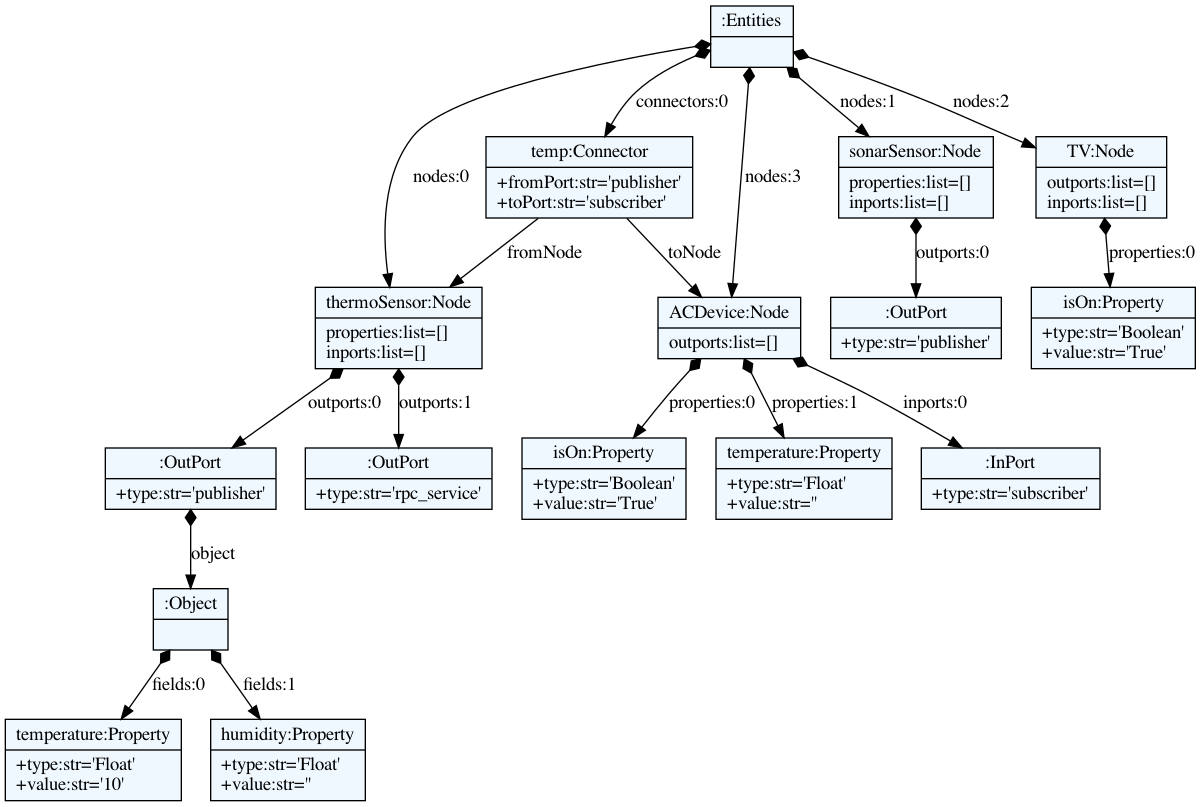
This is nodem/models/nodes.dot.png from xanthoko/meco, a Graphviz export, as it was before one commit. Its source is kept beside it as nodem/models/nodes.dot. Its diagram source:
```dot
    digraph textX {
    fontname = "Bitstream Vera Sans"
    fontsize = 8
    node[
        shape=record,
        style=filled,
        fillcolor=aliceblue
    ]
    nodesep = 0.3
    edge[dir=black,arrowtail=empty]


4447743568 -> 4447852624 [label="nodes:0" arrowtail=diamond dir=both]
4447852624 -> 4447854304 [label="outports:0" arrowtail=diamond dir=both]
4447854304 -> 4447969136 [label="object" arrowtail=diamond dir=both]
4447969136 -> 4447968944 [label="fields:0" arrowtail=diamond dir=both]
4447968944[label="{temperature:Property|+type:str='Float'\l+value:str='10'\l}"]
4447969136 -> 4447969040 [label="fields:1" arrowtail=diamond dir=both]
4447969040[label="{humidity:Property|+type:str='Float'\l+value:str=''\l}"]
4447969136[label="{:Object|}"]
4447854304[label="{:OutPort|+type:str='publisher'\l}"]
4447852624 -> 4447968080 [label="outports:1" arrowtail=diamond dir=both]
4447968080[label="{:OutPort|+type:str='rpc_service'\l}"]
4447852624[label="{thermoSensor:Node|properties:list=[]\linports:list=[]\l}"]
4447743568 -> 4447853872 [label="nodes:1" arrowtail=diamond dir=both]
4447853872 -> 4447965488 [label="outports:0" arrowtail=diamond dir=both]
4447965488[label="{:OutPort|+type:str='publisher'\l}"]
4447853872[label="{sonarSensor:Node|properties:list=[]\linports:list=[]\l}"]
4447743568 -> 4447851808 [label="nodes:2" arrowtail=diamond dir=both]
4447851808 -> 4447968464 [label="properties:0" arrowtail=diamond dir=both]
4447968464[label="{isOn:Property|+type:str='Boolean'\l+value:str='True'\l}"]
4447851808[label="{TV:Node|outports:list=[]\linports:list=[]\l}"]
4447743568 -> 4447965344 [label="nodes:3" arrowtail=diamond dir=both]
4447965344 -> 4447969088 [label="properties:0" arrowtail=diamond dir=both]
4447969088[label="{isOn:Property|+type:str='Boolean'\l+value:str='True'\l}"]
4447965344 -> 4447967792 [label="properties:1" arrowtail=diamond dir=both]
4447967792[label="{temperature:Property|+type:str='Float'\l+value:str=''\l}"]
4447965344 -> 4447968896 [label="inports:0" arrowtail=diamond dir=both]
4447968896[label="{:InPort|+type:str='subscriber'\l}"]
4447965344[label="{ACDevice:Node|outports:list=[]\l}"]
4447743568 -> 4447968656 [label="connectors:0" arrowtail=diamond dir=both]
4447968656 -> 4447852624 [label="fromNode" ]
4447968656 -> 4447965344 [label="toNode" ]
4447968656[label="{temp:Connector|+fromPort:str='publisher'\l+toPort:str='subscriber'\l}"]
4447743568[label="{:Entities|}"]

}
```
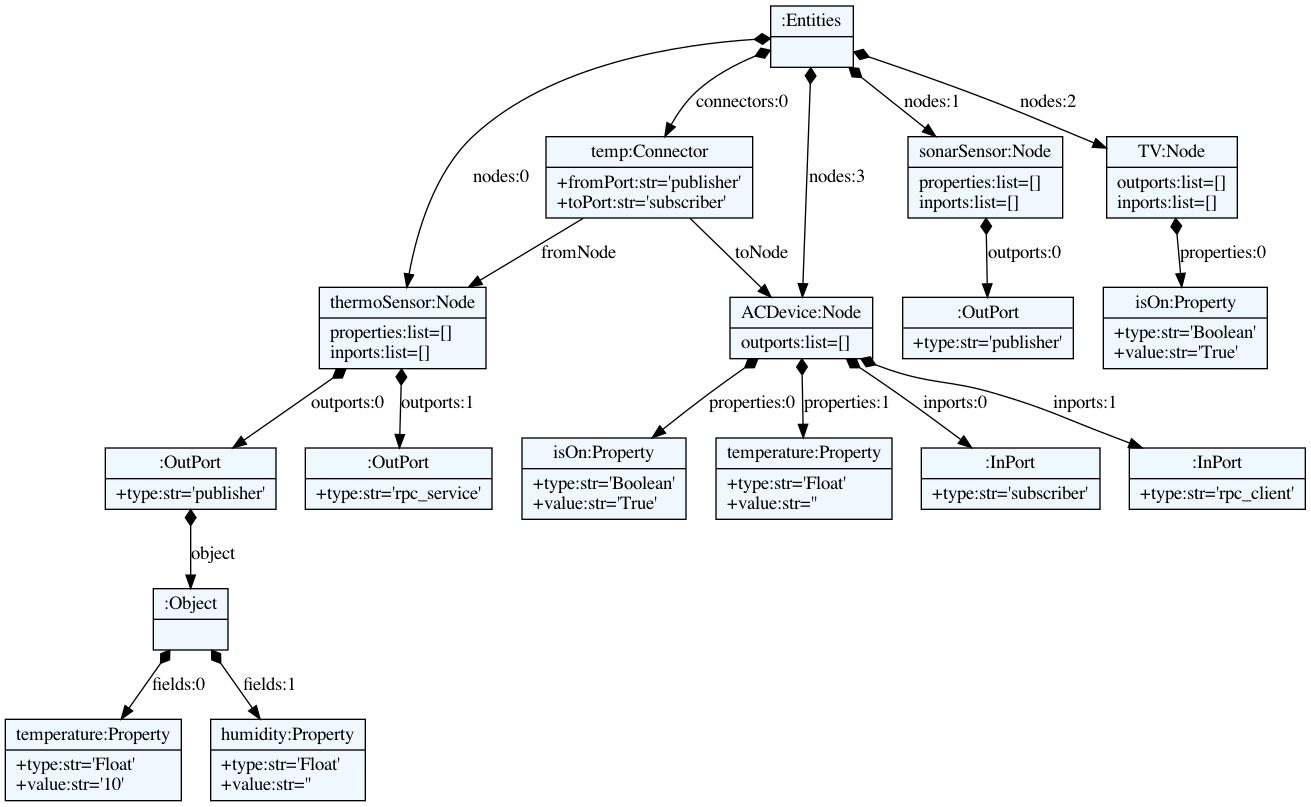
Above is the later version.

Commit message:
add rpc_client to ACDevice

Diff of the diagram source:
```diff
@@ -10,38 +10,40 @@
     edge[dir=black,arrowtail=empty]
 
 
-4447743568 -> 4447852624 [label="nodes:0" arrowtail=diamond dir=both]
-4447852624 -> 4447854304 [label="outports:0" arrowtail=diamond dir=both]
-4447854304 -> 4447969136 [label="object" arrowtail=diamond dir=both]
-4447969136 -> 4447968944 [label="fields:0" arrowtail=diamond dir=both]
-4447968944[label="{temperature:Property|+type:str='Float'\l+value:str='10'\l}"]
-4447969136 -> 4447969040 [label="fields:1" arrowtail=diamond dir=both]
-4447969040[label="{humidity:Property|+type:str='Float'\l+value:str=''\l}"]
-4447969136[label="{:Object|}"]
-4447854304[label="{:OutPort|+type:str='publisher'\l}"]
-4447852624 -> 4447968080 [label="outports:1" arrowtail=diamond dir=both]
-4447968080[label="{:OutPort|+type:str='rpc_service'\l}"]
-4447852624[label="{thermoSensor:Node|properties:list=[]\linports:list=[]\l}"]
-4447743568 -> 4447853872 [label="nodes:1" arrowtail=diamond dir=both]
-4447853872 -> 4447965488 [label="outports:0" arrowtail=diamond dir=both]
-4447965488[label="{:OutPort|+type:str='publisher'\l}"]
-4447853872[label="{sonarSensor:Node|properties:list=[]\linports:list=[]\l}"]
-4447743568 -> 4447851808 [label="nodes:2" arrowtail=diamond dir=both]
-4447851808 -> 4447968464 [label="properties:0" arrowtail=diamond dir=both]
-4447968464[label="{isOn:Property|+type:str='Boolean'\l+value:str='True'\l}"]
-4447851808[label="{TV:Node|outports:list=[]\linports:list=[]\l}"]
-4447743568 -> 4447965344 [label="nodes:3" arrowtail=diamond dir=both]
-4447965344 -> 4447969088 [label="properties:0" arrowtail=diamond dir=both]
-4447969088[label="{isOn:Property|+type:str='Boolean'\l+value:str='True'\l}"]
-4447965344 -> 4447967792 [label="properties:1" arrowtail=diamond dir=both]
-4447967792[label="{temperature:Property|+type:str='Float'\l+value:str=''\l}"]
-4447965344 -> 4447968896 [label="inports:0" arrowtail=diamond dir=both]
-4447968896[label="{:InPort|+type:str='subscriber'\l}"]
-4447965344[label="{ACDevice:Node|outports:list=[]\l}"]
-4447743568 -> 4447968656 [label="connectors:0" arrowtail=diamond dir=both]
-4447968656 -> 4447852624 [label="fromNode" ]
-4447968656 -> 4447965344 [label="toNode" ]
-4447968656[label="{temp:Connector|+fromPort:str='publisher'\l+toPort:str='subscriber'\l}"]
-4447743568[label="{:Entities|}"]
+4450671632 -> 4450670672 [label="nodes:0" arrowtail=diamond dir=both]
+4450670672 -> 4451188256 [label="outports:0" arrowtail=diamond dir=both]
+4451188256 -> 4451187152 [label="object" arrowtail=diamond dir=both]
+4451187152 -> 4451186048 [label="fields:0" arrowtail=diamond dir=both]
+4451186048[label="{temperature:Property|+type:str='Float'\l+value:str='10'\l}"]
+4451187152 -> 4451186000 [label="fields:1" arrowtail=diamond dir=both]
+4451186000[label="{humidity:Property|+type:str='Float'\l+value:str=''\l}"]
+4451187152[label="{:Object|}"]
+4451188256[label="{:OutPort|+type:str='publisher'\l}"]
+4450670672 -> 4451187488 [label="outports:1" arrowtail=diamond dir=both]
+4451187488[label="{:OutPort|+type:str='rpc_service'\l}"]
+4450670672[label="{thermoSensor:Node|properties:list=[]\linports:list=[]\l}"]
+4450671632 -> 4450672208 [label="nodes:1" arrowtail=diamond dir=both]
+4450672208 -> 4451187584 [label="outports:0" arrowtail=diamond dir=both]
+4451187584[label="{:OutPort|+type:str='publisher'\l}"]
+4450672208[label="{sonarSensor:Node|properties:list=[]\linports:list=[]\l}"]
+4450671632 -> 4451184896 [label="nodes:2" arrowtail=diamond dir=both]
+4451184896 -> 4451187392 [label="properties:0" arrowtail=diamond dir=both]
+4451187392[label="{isOn:Property|+type:str='Boolean'\l+value:str='True'\l}"]
+4451184896[label="{TV:Node|outports:list=[]\linports:list=[]\l}"]
+4450671632 -> 4451187344 [label="nodes:3" arrowtail=diamond dir=both]
+4451187344 -> 4451187728 [label="properties:0" arrowtail=diamond dir=both]
+4451187728[label="{isOn:Property|+type:str='Boolean'\l+value:str='True'\l}"]
+4451187344 -> 4451188160 [label="properties:1" arrowtail=diamond dir=both]
+4451188160[label="{temperature:Property|+type:str='Float'\l+value:str=''\l}"]
+4451187344 -> 4451188496 [label="inports:0" arrowtail=diamond dir=both]
+4451188496[label="{:InPort|+type:str='subscriber'\l}"]
+4451187344 -> 4451186624 [label="inports:1" arrowtail=diamond dir=both]
+4451186624[label="{:InPort|+type:str='rpc_client'\l}"]
+4451187344[label="{ACDevice:Node|outports:list=[]\l}"]
+4450671632 -> 4451186960 [label="connectors:0" arrowtail=diamond dir=both]
+4451186960 -> 4450670672 [label="fromNode" ]
+4451186960 -> 4451187344 [label="toNode" ]
+4451186960[label="{temp:Connector|+fromPort:str='publisher'\l+toPort:str='subscriber'\l}"]
+4450671632[label="{:Entities|}"]
 
 }
```
